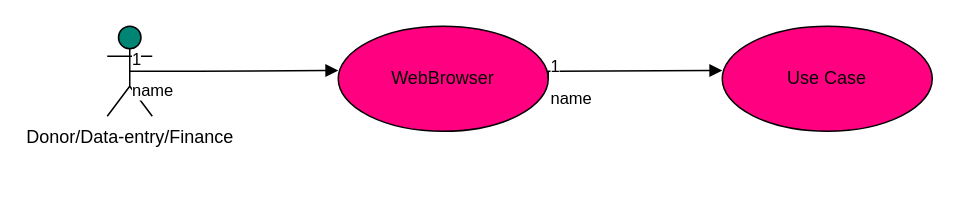
Before: lotusApp/static/UseCase.drawio in LisanzaTabby/Lotus-Project, a draw.io diagram. Source tidied: cells renumbered, new cells numbered last; positions are measured from the earlier drawing's top-left corner, leaving out a move shared by most shapes. Both pictures are drawn from the tidied source at 150%, with x=0, y=0 at pixel (106, 26).
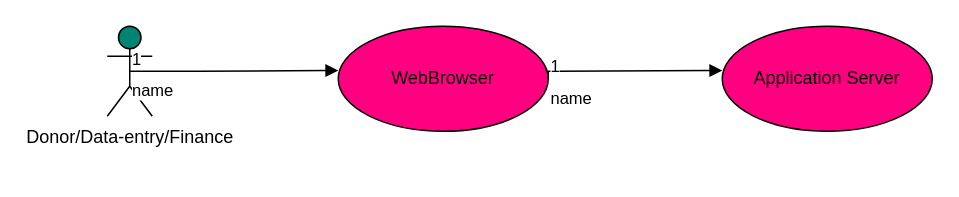
The same page after the edit.

What changed in the source:
```diff
@@
 <mxGraphModel background="#ffffff">
   <root>
     <mxCell id="0" />
     <mxCell id="1" parent="0" />
     <mxCell id="2" value="Donor/Data-&lt;span style=&quot;background-color: transparent; color: light-dark(rgb(0, 0, 0), rgb(255, 255, 255));&quot;&gt;entry/Finance&lt;/span&gt;&lt;div&gt;&lt;div&gt;&lt;br&gt;&lt;/div&gt;&lt;/div&gt;" style="shape=umlActor;verticalLabelPosition=bottom;verticalAlign=top;html=1;fillColor=light-dark(#008575, #ededed);" parent="1" vertex="1">
       <mxGeometry width="30" height="60" as="geometry" />
     </mxCell>
     <mxCell id="3" value="WebBrowser" style="ellipse;whiteSpace=wrap;html=1;fillColor=#FF0080;" parent="1" vertex="1">
       <mxGeometry x="154" width="140" height="70" as="geometry" />
     </mxCell>
-    <mxCell id="4" value="Use Case" style="ellipse;whiteSpace=wrap;html=1;fillColor=#FF0080;" parent="1" vertex="1">
+    <mxCell id="4" value="Application Server" style="ellipse;whiteSpace=wrap;html=1;fillColor=#FF0080;" parent="1" vertex="1">
       <mxGeometry x="410" width="140" height="70" as="geometry" />
     </mxCell>
     <mxCell id="5" value="name" style="endArrow=block;endFill=1;html=1;edgeStyle=orthogonalEdgeStyle;align=left;verticalAlign=top;rounded=0;exitX=0.5;exitY=0.5;exitDx=0;exitDy=0;exitPerimeter=0;" parent="1" edge="1" source="2">
       <mxGeometry x="-1" relative="1" as="geometry">
         <mxPoint x="154" y="29.5" as="targetPoint" />
         <Array as="points">
           <mxPoint x="60" y="30" />
         </Array>
       </mxGeometry>
     </mxCell>
     <mxCell id="6" value="1" style="edgeLabel;html=1;align=left;verticalAlign=bottom;" parent="5" vertex="1">
       <mxGeometry x="-1" relative="1" as="geometry" />
     </mxCell>
     <mxCell id="7" value="name" style="endArrow=block;endFill=1;html=1;edgeStyle=orthogonalEdgeStyle;align=left;verticalAlign=top;rounded=0;exitX=1;exitY=0.5;exitDx=0;exitDy=0;" parent="1" edge="1" source="3">
       <mxGeometry x="-1" relative="1" as="geometry">
         <mxPoint x="410" y="29.5" as="targetPoint" />
         <Array as="points">
           <mxPoint x="294" y="30" />
           <mxPoint x="300" y="30" />
         </Array>
       </mxGeometry>
     </mxCell>
     <mxCell id="8" value="1" style="edgeLabel;html=1;align=left;verticalAlign=bottom;" parent="7" vertex="1">
       <mxGeometry x="-1" relative="1" as="geometry" />
     </mxCell>
   </root>
 </mxGraphModel>
```
